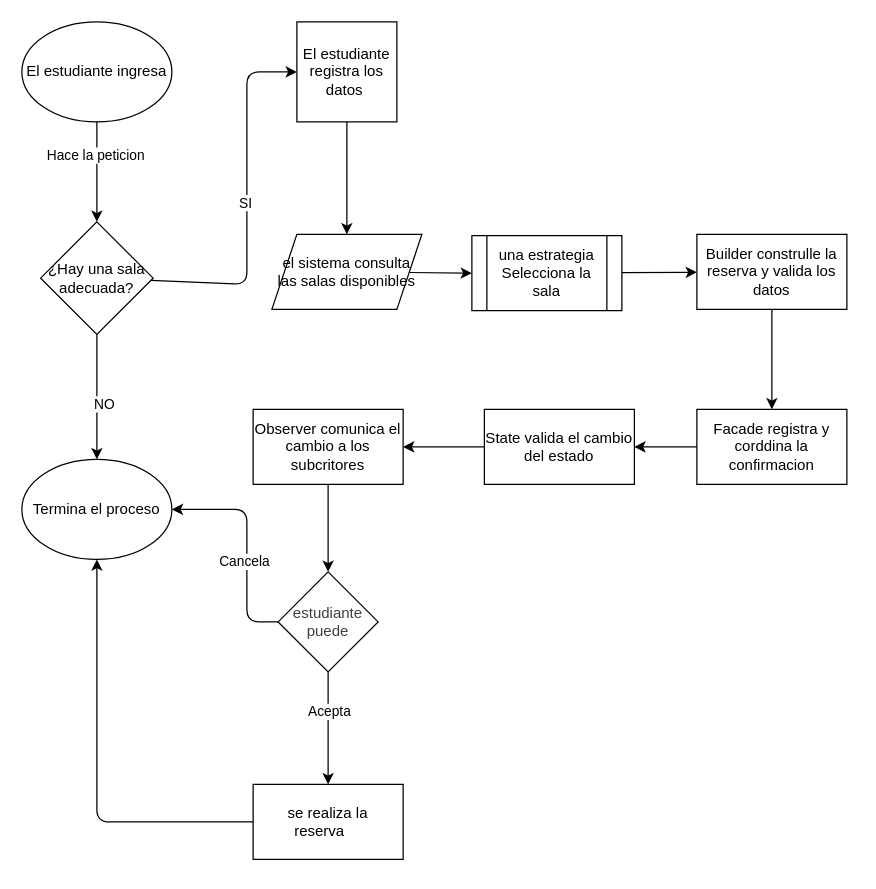
This is Diagrama.drawio from Cris-count/bibliotecaReservas, a draw.io file, before an edit. Source tidied: cells renumbered, new cells numbered last; positions are measured from the earlier drawing's top-left corner, leaving out a move shared by most shapes. Both pictures are drawn from the tidied source at 125%, with x=0, y=0 at pixel (21, 21).
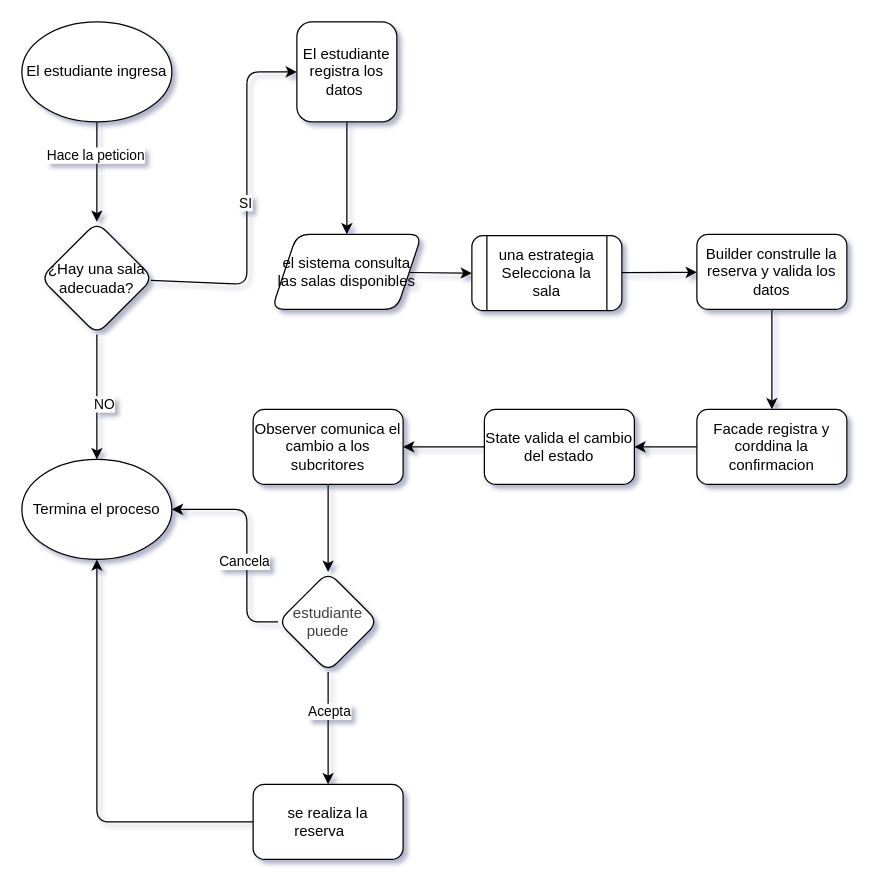
The same diagram, later.

Commit message:
fix)cambio pequeño

Diff of the diagram source:
```diff
@@
-<mxGraphModel>
+<mxGraphModel shadow="1">
@@
-    <mxCell id="2" style="edgeStyle=none;html=1;entryX=0.5;entryY=0;entryDx=0;entryDy=0;exitX=0.5;exitY=1;exitDx=0;exitDy=0;" parent="1" edge="1" source="10" target="8">
+    <mxCell id="2" style="edgeStyle=none;html=1;entryX=0.5;entryY=0;entryDx=0;entryDy=0;exitX=0.5;exitY=1;exitDx=0;exitDy=0;rounded=1;" parent="1" edge="1" source="10" target="8">
       <mxGeometry relative="1" as="geometry" />
     </mxCell>
-    <mxCell id="3" value="Hace la peticion" style="edgeLabel;html=1;align=center;verticalAlign=middle;inheritText=1;" parent="2" vertex="1">
+    <mxCell id="3" value="Hace la peticion" style="edgeLabel;html=1;align=center;verticalAlign=middle;inheritText=1;rounded=1;roundedPerimeter=1;" parent="2" vertex="1">
       <mxGeometry x="-0.35" y="-2" relative="1" as="geometry" />
     </mxCell>
-    <mxCell id="4" style="edgeStyle=none;html=1;entryX=0.5;entryY=0;entryDx=0;entryDy=0;" parent="1" edge="1" source="8" target="9">
+    <mxCell id="4" style="edgeStyle=none;html=1;entryX=0.5;entryY=0;entryDx=0;entryDy=0;rounded=1;" parent="1" edge="1" source="8" target="9">
       <mxGeometry relative="1" as="geometry" />
     </mxCell>
-    <mxCell id="5" value="NO" style="edgeLabel;html=1;align=center;verticalAlign=middle;inheritText=1;" parent="4" vertex="1">
+    <mxCell id="5" value="NO" style="edgeLabel;html=1;align=center;verticalAlign=middle;inheritText=1;rounded=1;roundedPerimeter=1;" parent="4" vertex="1">
       <mxGeometry x="0.09" y="5" relative="1" as="geometry" />
     </mxCell>
-    <mxCell id="6" style="edgeStyle=none;html=1;entryX=0;entryY=0.5;entryDx=0;entryDy=0;" parent="1" edge="1" source="8" target="12">
+    <mxCell id="6" style="edgeStyle=none;html=1;entryX=0;entryY=0.5;entryDx=0;entryDy=0;rounded=1;" parent="1" edge="1" source="8" target="12">
       <mxGeometry x="0.04" relative="1" as="geometry">
         <Array as="points">
           <mxPoint x="180" y="210" />
           <mxPoint x="180" y="40" />
         </Array>
       </mxGeometry>
     </mxCell>
-    <mxCell id="7" value="SI" style="edgeLabel;html=1;align=center;verticalAlign=middle;inheritText=1;" parent="6" vertex="1">
+    <mxCell id="7" value="SI" style="edgeLabel;html=1;align=center;verticalAlign=middle;inheritText=1;rounded=1;roundedPerimeter=1;" parent="6" vertex="1">
       <mxGeometry x="-0.01" y="2" relative="1" as="geometry" />
     </mxCell>
-    <mxCell id="8" value="¿Hay una sala adecuada?" style="rhombus;whiteSpace=wrap;html=1;shapeInside=1;" parent="1" vertex="1">
+    <mxCell id="8" value="¿Hay una sala adecuada?" style="rhombus;whiteSpace=wrap;html=1;shapeInside=1;rounded=1;roundedPerimeter=1;" parent="1" vertex="1">
       <mxGeometry x="15" y="160" width="90" height="90" as="geometry" />
     </mxCell>
-    <mxCell id="9" value="Termina el proceso" style="ellipse;whiteSpace=wrap;html=1;shapeInside=1;" parent="1" vertex="1">
+    <mxCell id="9" value="Termina el proceso" style="ellipse;whiteSpace=wrap;html=1;shapeInside=1;rounded=1;roundedPerimeter=1;" parent="1" vertex="1">
       <mxGeometry y="350" width="120" height="80" as="geometry" />
     </mxCell>
-    <mxCell id="10" value="El estudiante ingresa" style="ellipse;whiteSpace=wrap;html=1;shapeInside=1;" parent="1" vertex="1">
+    <mxCell id="10" value="El estudiante ingresa" style="ellipse;whiteSpace=wrap;html=1;shapeInside=1;rounded=1;roundedPerimeter=1;" parent="1" vertex="1">
       <mxGeometry width="120" height="80" as="geometry" />
     </mxCell>
-    <mxCell id="11" style="edgeStyle=none;html=1;entryX=0.5;entryY=0;entryDx=0;entryDy=0;" parent="1" edge="1" source="12" target="14">
+    <mxCell id="11" style="edgeStyle=none;html=1;entryX=0.5;entryY=0;entryDx=0;entryDy=0;rounded=1;" parent="1" edge="1" source="12" target="14">
       <mxGeometry relative="1" as="geometry">
         <Array as="points">
           <mxPoint x="260" y="150" />
         </Array>
       </mxGeometry>
     </mxCell>
-    <mxCell id="12" value="El estudiante registra los datos&amp;nbsp;" style="whiteSpace=wrap;html=1;" parent="1" vertex="1">
+    <mxCell id="12" value="El estudiante registra los datos&amp;nbsp;" style="whiteSpace=wrap;html=1;rounded=1;roundedPerimeter=1;" parent="1" vertex="1">
       <mxGeometry x="220" width="80" height="80" as="geometry" />
     </mxCell>
-    <mxCell id="13" style="edgeStyle=none;html=1;entryX=0;entryY=0.5;entryDx=0;entryDy=0;" parent="1" edge="1" source="14" target="16">
+    <mxCell id="13" style="edgeStyle=none;html=1;entryX=0;entryY=0.5;entryDx=0;entryDy=0;rounded=1;" parent="1" edge="1" source="14" target="16">
       <mxGeometry relative="1" as="geometry" />
     </mxCell>
-    <mxCell id="14" value="el sistema consulta las salas disponibles" style="shape=parallelogram;perimeter=parallelogramPerimeter;whiteSpace=wrap;html=1;shapeInside=1;fixedSize=1;" parent="1" vertex="1">
+    <mxCell id="14" value="el sistema consulta las salas disponibles" style="shape=parallelogram;perimeter=parallelogramPerimeter;whiteSpace=wrap;html=1;shapeInside=1;fixedSize=1;rounded=1;roundedPerimeter=1;" parent="1" vertex="1">
       <mxGeometry x="200" y="170" width="120" height="60" as="geometry" />
     </mxCell>
-    <mxCell id="15" style="edgeStyle=none;html=1;" parent="1" edge="1" source="16" target="18">
+    <mxCell id="15" style="edgeStyle=none;html=1;rounded=1;" parent="1" edge="1" source="16" target="18">
       <mxGeometry relative="1" as="geometry" />
     </mxCell>
-    <mxCell id="16" value="una estrategia Selecciona la sala" style="shape=process;whiteSpace=wrap;html=1;backgroundOutline=1;" parent="1" vertex="1">
+    <mxCell id="16" value="una estrategia Selecciona la sala" style="shape=process;whiteSpace=wrap;html=1;backgroundOutline=1;rounded=1;roundedPerimeter=1;" parent="1" vertex="1">
       <mxGeometry x="360" y="171" width="120" height="60" as="geometry" />
     </mxCell>
-    <mxCell id="17" style="edgeStyle=none;html=1;" parent="1" edge="1" source="18" target="20">
+    <mxCell id="17" style="edgeStyle=none;html=1;rounded=1;" parent="1" edge="1" source="18" target="20">
       <mxGeometry relative="1" as="geometry" />
     </mxCell>
-    <mxCell id="18" value="Builder construlle la reserva y valida los datos" style="whiteSpace=wrap;html=1;" parent="1" vertex="1">
+    <mxCell id="18" value="Builder construlle la reserva y valida los datos" style="whiteSpace=wrap;html=1;rounded=1;roundedPerimeter=1;" parent="1" vertex="1">
       <mxGeometry x="540" y="170" width="120" height="60" as="geometry" />
     </mxCell>
-    <mxCell id="19" style="edgeStyle=none;html=1;" parent="1" edge="1" source="20" target="22">
+    <mxCell id="19" style="edgeStyle=none;html=1;rounded=1;" parent="1" edge="1" source="20" target="22">
       <mxGeometry relative="1" as="geometry" />
     </mxCell>
-    <mxCell id="20" value="Facade registra y corddina la confirmacion" style="whiteSpace=wrap;html=1;" parent="1" vertex="1">
+    <mxCell id="20" value="Facade registra y corddina la confirmacion" style="whiteSpace=wrap;html=1;rounded=1;roundedPerimeter=1;" parent="1" vertex="1">
       <mxGeometry x="540" y="310" width="120" height="60" as="geometry" />
     </mxCell>
-    <mxCell id="21" style="edgeStyle=none;html=1;" parent="1" edge="1" source="22" target="24">
+    <mxCell id="21" style="edgeStyle=none;html=1;rounded=1;" parent="1" edge="1" source="22" target="24">
       <mxGeometry relative="1" as="geometry" />
     </mxCell>
-    <mxCell id="22" value="State valida el cambio del estado" style="whiteSpace=wrap;html=1;" parent="1" vertex="1">
+    <mxCell id="22" value="State valida el cambio del estado" style="whiteSpace=wrap;html=1;rounded=1;roundedPerimeter=1;" parent="1" vertex="1">
       <mxGeometry x="370" y="310" width="120" height="60" as="geometry" />
     </mxCell>
-    <mxCell id="23" style="edgeStyle=none;html=1;" parent="1" edge="1" source="24" target="29">
+    <mxCell id="23" style="edgeStyle=none;html=1;rounded=1;" parent="1" edge="1" source="24" target="29">
       <mxGeometry relative="1" as="geometry" />
     </mxCell>
-    <mxCell id="24" value="Observer comunica el cambio a los subcritores" style="whiteSpace=wrap;html=1;" parent="1" vertex="1">
+    <mxCell id="24" value="Observer comunica el cambio a los subcritores" style="whiteSpace=wrap;html=1;rounded=1;roundedPerimeter=1;" parent="1" vertex="1">
       <mxGeometry x="185" y="310" width="120" height="60" as="geometry" />
     </mxCell>
-    <mxCell id="25" style="edgeStyle=none;html=1;" parent="1" edge="1" source="29" target="31">
+    <mxCell id="25" style="edgeStyle=none;html=1;rounded=1;" parent="1" edge="1" source="29" target="31">
       <mxGeometry relative="1" as="geometry" />
     </mxCell>
-    <mxCell id="26" value="Acepta" style="edgeLabel;html=1;align=center;verticalAlign=middle;inheritText=1;" parent="25" vertex="1">
+    <mxCell id="26" value="Acepta" style="edgeLabel;html=1;align=center;verticalAlign=middle;inheritText=1;rounded=1;roundedPerimeter=1;" parent="25" vertex="1">
       <mxGeometry x="-0.32" relative="1" as="geometry" />
     </mxCell>
-    <mxCell id="27" style="edgeStyle=none;html=1;entryX=1;entryY=0.5;entryDx=0;entryDy=0;" parent="1" edge="1" source="29" target="9">
+    <mxCell id="27" style="edgeStyle=none;html=1;entryX=1;entryY=0.5;entryDx=0;entryDy=0;rounded=1;" parent="1" edge="1" source="29" target="9">
       <mxGeometry x="0.02" relative="1" as="geometry">
         <Array as="points">
           <mxPoint x="180" y="480" />
           <mxPoint x="180" y="390" />
         </Array>
       </mxGeometry>
     </mxCell>
-    <mxCell id="28" value="Cancela" style="edgeLabel;html=1;align=center;verticalAlign=middle;inheritText=1;" parent="27" vertex="1">
+    <mxCell id="28" value="Cancela" style="edgeLabel;html=1;align=center;verticalAlign=middle;inheritText=1;rounded=1;roundedPerimeter=1;" parent="27" vertex="1">
       <mxGeometry x="-0.15" y="3" relative="1" as="geometry" />
     </mxCell>
-    <mxCell id="29" value="&lt;span style=&quot;color: rgb(63, 63, 63); text-decoration-line: inherit; background-color: transparent;&quot;&gt;estudiante puede&lt;/span&gt;" style="rhombus;whiteSpace=wrap;html=1;shapeInside=1;" parent="1" vertex="1">
+    <mxCell id="29" value="&lt;span style=&quot;color: rgb(63, 63, 63); text-decoration-line: inherit; background-color: transparent;&quot;&gt;estudiante puede&lt;/span&gt;" style="rhombus;whiteSpace=wrap;html=1;shapeInside=1;rounded=1;roundedPerimeter=1;" parent="1" vertex="1">
       <mxGeometry x="205" y="440" width="80" height="80" as="geometry" />
     </mxCell>
-    <mxCell id="30" style="edgeStyle=none;html=1;entryX=0.5;entryY=1;entryDx=0;entryDy=0;" parent="1" edge="1" source="31" target="9">
+    <mxCell id="30" style="edgeStyle=none;html=1;entryX=0.5;entryY=1;entryDx=0;entryDy=0;rounded=1;" parent="1" edge="1" source="31" target="9">
       <mxGeometry relative="1" as="geometry">
         <Array as="points">
           <mxPoint x="60" y="640" />
         </Array>
       </mxGeometry>
     </mxCell>
-    <mxCell id="31" value="se realiza la reserva&lt;span style=&quot;white-space: pre;&quot;&gt;&#9;&lt;/span&gt;" style="whiteSpace=wrap;html=1;" parent="1" vertex="1">
+    <mxCell id="31" value="se realiza la reserva&lt;span style=&quot;white-space: pre;&quot;&gt;&#9;&lt;/span&gt;" style="whiteSpace=wrap;html=1;rounded=1;roundedPerimeter=1;" parent="1" vertex="1">
       <mxGeometry x="185" y="610" width="120" height="60" as="geometry" />
     </mxCell>
```
